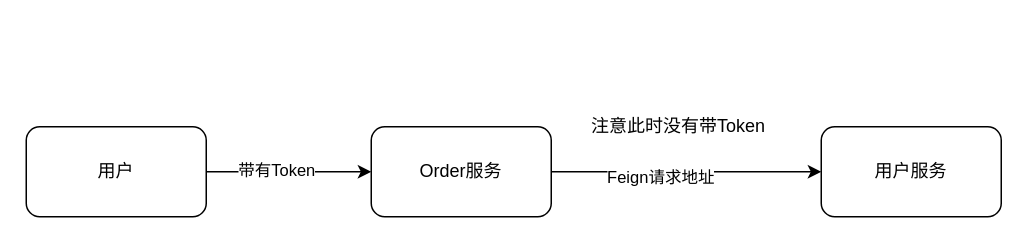
Above: order_call_user_service_without_token.drawio in cjaack2/Images_Repository (draw.io), before the change. Source tidied: cells renumbered, new cells numbered last; positions are measured from the earlier drawing's top-left corner, leaving out a move shared by most shapes. Both pictures are drawn from the tidied source at 150%, with x=0, y=0 at pixel (26, 111).
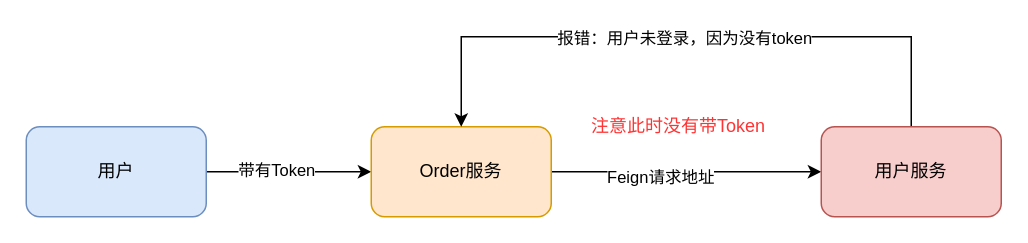
After the change.

The edit, as a diff of the source:
```diff
@@
 <mxGraphModel>
   <root>
     <mxCell id="0" />
     <mxCell id="1" parent="0" />
     <mxCell id="2" style="edgeStyle=orthogonalEdgeStyle;rounded=0;jettySize=auto;html=1;exitX=1;exitY=0.5;exitDx=0;exitDy=0;entryX=0;entryY=0.5;entryDx=0;entryDy=0;" parent="1" edge="1" source="4" target="7">
       <mxGeometry relative="1" as="geometry" />
     </mxCell>
     <mxCell id="3" value="带有Token" style="edgeLabel;html=1;align=center;verticalAlign=middle;" parent="2" vertex="1">
       <mxGeometry x="-0.16" y="2" relative="1" as="geometry" />
     </mxCell>
-    <mxCell id="4" value="用户" style="rounded=1;whiteSpace=wrap;html=1;" parent="1" vertex="1">
+    <mxCell id="4" value="用户" style="rounded=1;whiteSpace=wrap;html=1;fillColor=#dae8fc;strokeColor=#6c8ebf;" parent="1" vertex="1">
       <mxGeometry y="10" width="120" height="60" as="geometry" />
     </mxCell>
     <mxCell id="5" style="edgeStyle=orthogonalEdgeStyle;rounded=0;jettySize=auto;html=1;" parent="1" edge="1" source="7" target="8">
       <mxGeometry relative="1" as="geometry" />
     </mxCell>
     <mxCell id="6" value="Feign请求地址" style="edgeLabel;html=1;align=center;verticalAlign=middle;" parent="5" vertex="1">
       <mxGeometry x="-0.2" y="-3" relative="1" as="geometry" />
     </mxCell>
-    <mxCell id="7" value="Order服务" style="rounded=1;whiteSpace=wrap;html=1;" parent="1" vertex="1">
+    <mxCell id="7" value="Order服务" style="rounded=1;whiteSpace=wrap;html=1;fillColor=#ffe6cc;strokeColor=#d79b00;" parent="1" vertex="1">
       <mxGeometry x="230" y="10" width="120" height="60" as="geometry" />
     </mxCell>
+    <mxCell id="10" style="edgeStyle=orthogonalEdgeStyle;rounded=0;jettySize=auto;html=1;exitX=0.5;exitY=0;exitDx=0;exitDy=0;entryX=0.5;entryY=0;entryDx=0;entryDy=0;fontColor=#FF3333;" parent="1" edge="1" source="8" target="7">
+      <mxGeometry relative="1" as="geometry">
+        <Array as="points">
+          <mxPoint x="590" y="-50" />
+          <mxPoint x="290" y="-50" />
+        </Array>
+      </mxGeometry>
+    </mxCell>
+    <mxCell id="11" value="&lt;font color=&quot;#000000&quot;&gt;报错：用户未登录，因为没有token&lt;/font&gt;" style="edgeLabel;html=1;align=center;verticalAlign=middle;fontColor=#FF3333;" parent="10" vertex="1">
+      <mxGeometry x="0.01" relative="1" as="geometry" />
+    </mxCell>
-    <mxCell id="8" value="用户服务" style="rounded=1;whiteSpace=wrap;html=1;" parent="1" vertex="1">
+    <mxCell id="8" value="用户服务" style="rounded=1;whiteSpace=wrap;html=1;fillColor=#f8cecc;strokeColor=#b85450;" parent="1" vertex="1">
       <mxGeometry x="530" y="10" width="120" height="60" as="geometry" />
     </mxCell>
-    <mxCell id="9" value="注意此时没有带Token" style="text;html=1;strokeColor=none;fillColor=none;align=center;verticalAlign=middle;whiteSpace=wrap;rounded=0;" parent="1" vertex="1">
+    <mxCell id="9" value="注意此时没有带Token" style="text;html=1;strokeColor=none;fillColor=none;align=center;verticalAlign=middle;whiteSpace=wrap;rounded=0;fontColor=#FF3333;" parent="1" vertex="1">
       <mxGeometry x="370" width="130" height="20" as="geometry" />
     </mxCell>
   </root>
 </mxGraphModel>
```
